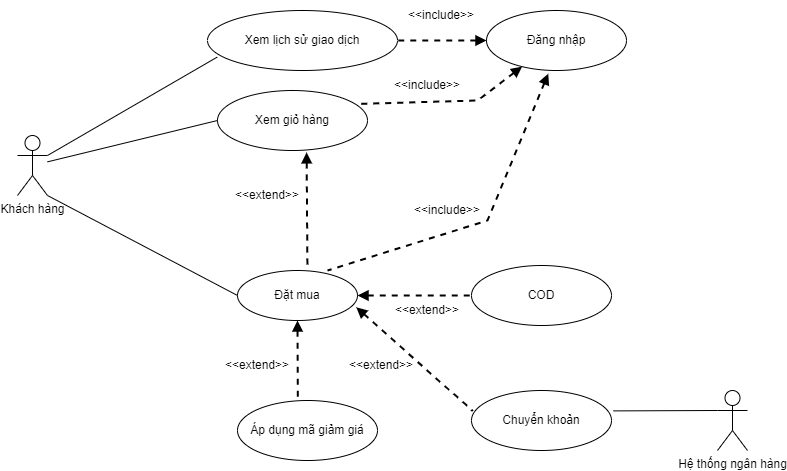
The draw.io diagram Use Case Diagram/Cart_Checkout.drawio.png in NguyenThaiDung2003/IT3120Nhom11, before a commit. Source tidied: cells renumbered, new cells last; positions are measured from the earlier drawing's top-left corner, leaving out a move shared by most shapes.
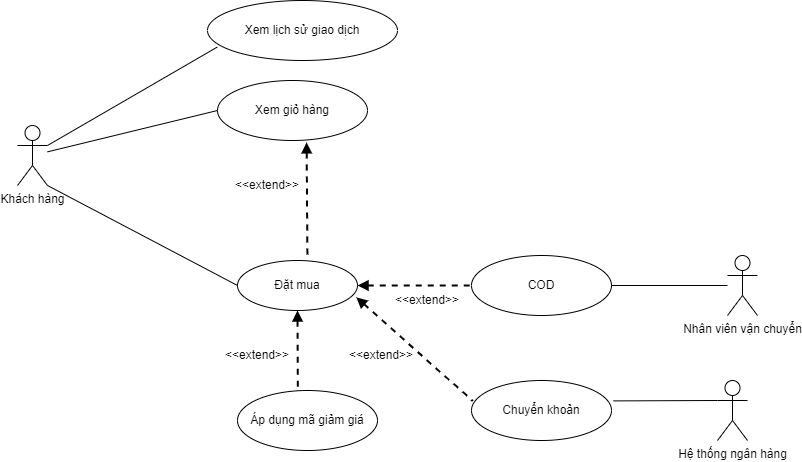
Above is the later version.

Commit message:
chỉnh sửa biểu đồ ucuc

Change to the diagram source:
```diff
@@ -14,9 +14,6 @@
     <mxCell id="5" value="Đặt mua" style="ellipse;whiteSpace=wrap;html=1;" parent="1" vertex="1">
       <mxGeometry x="220" y="270" width="120" height="50" as="geometry" />
     </mxCell>
-    <mxCell id="6" value="Đăng nhập" style="ellipse;whiteSpace=wrap;html=1;" parent="1" vertex="1">
-      <mxGeometry x="469" y="10" width="140" height="60" as="geometry" />
-    </mxCell>
     <mxCell id="7" value="COD" style="ellipse;whiteSpace=wrap;html=1;" parent="1" vertex="1">
       <mxGeometry x="454" y="265" width="140" height="60" as="geometry" />
     </mxCell>
@@ -29,28 +26,12 @@
     <mxCell id="10" style="endArrow=none;html=1;rounded=0;entryX=0;entryY=0.5;entryDx=0;entryDy=0;" parent="1" edge="1" source="2" target="4">
       <mxGeometry relative="1" as="geometry" />
     </mxCell>
-    <mxCell id="11" style="endArrow=none;dashed=1;html=1;strokeWidth=2;rounded=0;startArrow=block;startFill=1;entryX=0.952;entryY=0.223;entryDx=0;entryDy=0;entryPerimeter=0;" parent="1" edge="1" source="6" target="4">
-      <mxGeometry relative="1" as="geometry">
-        <Array as="points">
-          <mxPoint x="460" y="100" />
-        </Array>
-      </mxGeometry>
-    </mxCell>
-    <mxCell id="12" style="endArrow=none;dashed=1;html=1;strokeWidth=2;rounded=0;startArrow=block;startFill=1;exitX=0;exitY=0.5;exitDx=0;exitDy=0;entryX=1;entryY=0.5;entryDx=0;entryDy=0;" parent="1" edge="1" source="6" target="3">
-      <mxGeometry relative="1" as="geometry" />
-    </mxCell>
     <mxCell id="13" style="endArrow=none;dashed=1;html=1;strokeWidth=2;rounded=0;startArrow=block;startFill=1;exitX=1;exitY=0.5;exitDx=0;exitDy=0;entryX=0;entryY=0.5;entryDx=0;entryDy=0;" parent="1" edge="1" source="5" target="7">
       <mxGeometry relative="1" as="geometry" />
     </mxCell>
     <mxCell id="14" style="endArrow=none;html=1;rounded=0;exitX=0;exitY=0.3333333333333333;exitDx=0;exitDy=0;exitPerimeter=0;entryX=1.014;entryY=0.34;entryDx=0;entryDy=0;entryPerimeter=0;" parent="1" edge="1" source="8" target="22">
       <mxGeometry relative="1" as="geometry" />
     </mxCell>
-    <mxCell id="15" value="&amp;lt;&amp;lt;include&amp;gt;&amp;gt;" style="text;html=1;align=center;verticalAlign=middle;whiteSpace=wrap;rounded=0;" parent="1" vertex="1">
-      <mxGeometry x="380" y="70" width="60" height="30" as="geometry" />
-    </mxCell>
-    <mxCell id="16" value="&amp;lt;&amp;lt;include&amp;gt;&amp;gt;" style="text;html=1;align=center;verticalAlign=middle;whiteSpace=wrap;rounded=0;" parent="1" vertex="1">
-      <mxGeometry x="394" width="60" height="30" as="geometry" />
-    </mxCell>
     <mxCell id="17" style="endArrow=none;dashed=1;html=1;strokeWidth=2;rounded=0;startArrow=block;startFill=1;entryX=0.583;entryY=0;entryDx=0;entryDy=0;entryPerimeter=0;exitX=0.594;exitY=1.031;exitDx=0;exitDy=0;exitPerimeter=0;" parent="1" edge="1" source="4" target="5">
       <mxGeometry relative="1" as="geometry" />
     </mxCell>
@@ -87,15 +68,11 @@
     <mxCell id="27" value="&amp;lt;&amp;lt;extend&amp;gt;&amp;gt;" style="text;html=1;align=center;verticalAlign=middle;whiteSpace=wrap;rounded=0;" parent="1" vertex="1">
       <mxGeometry x="210" y="350" width="60" height="30" as="geometry" />
     </mxCell>
-    <mxCell id="28" style="endArrow=none;dashed=1;html=1;strokeWidth=2;rounded=0;startArrow=block;startFill=1;exitX=0.441;exitY=1.053;exitDx=0;exitDy=0;entryX=0.75;entryY=0;entryDx=0;entryDy=0;entryPerimeter=0;exitPerimeter=0;" parent="1" edge="1" source="6" target="5">
-      <mxGeometry relative="1" as="geometry">
-        <Array as="points">
-          <mxPoint x="470" y="220" />
-        </Array>
-      </mxGeometry>
-    </mxCell>
-    <mxCell id="29" value="&amp;lt;&amp;lt;include&amp;gt;&amp;gt;" style="text;html=1;align=center;verticalAlign=middle;whiteSpace=wrap;rounded=0;" parent="1" vertex="1">
-      <mxGeometry x="400" y="195" width="60" height="30" as="geometry" />
+    <mxCell id="29" value="Nhân viên vận chuyển" style="shape=umlActor;verticalLabelPosition=bottom;verticalAlign=top;html=1;" parent="1" vertex="1">
+      <mxGeometry x="710" y="265" width="30" height="60" as="geometry" />
     </mxCell>
+    <mxCell id="30" style="endArrow=none;html=1;exitX=1;exitY=0.5;exitDx=0;exitDy=0;" parent="1" edge="1" source="7" target="29">
+      <mxGeometry relative="1" as="geometry" />
+    </mxCell>
   </root>
 </mxGraphModel>
```
